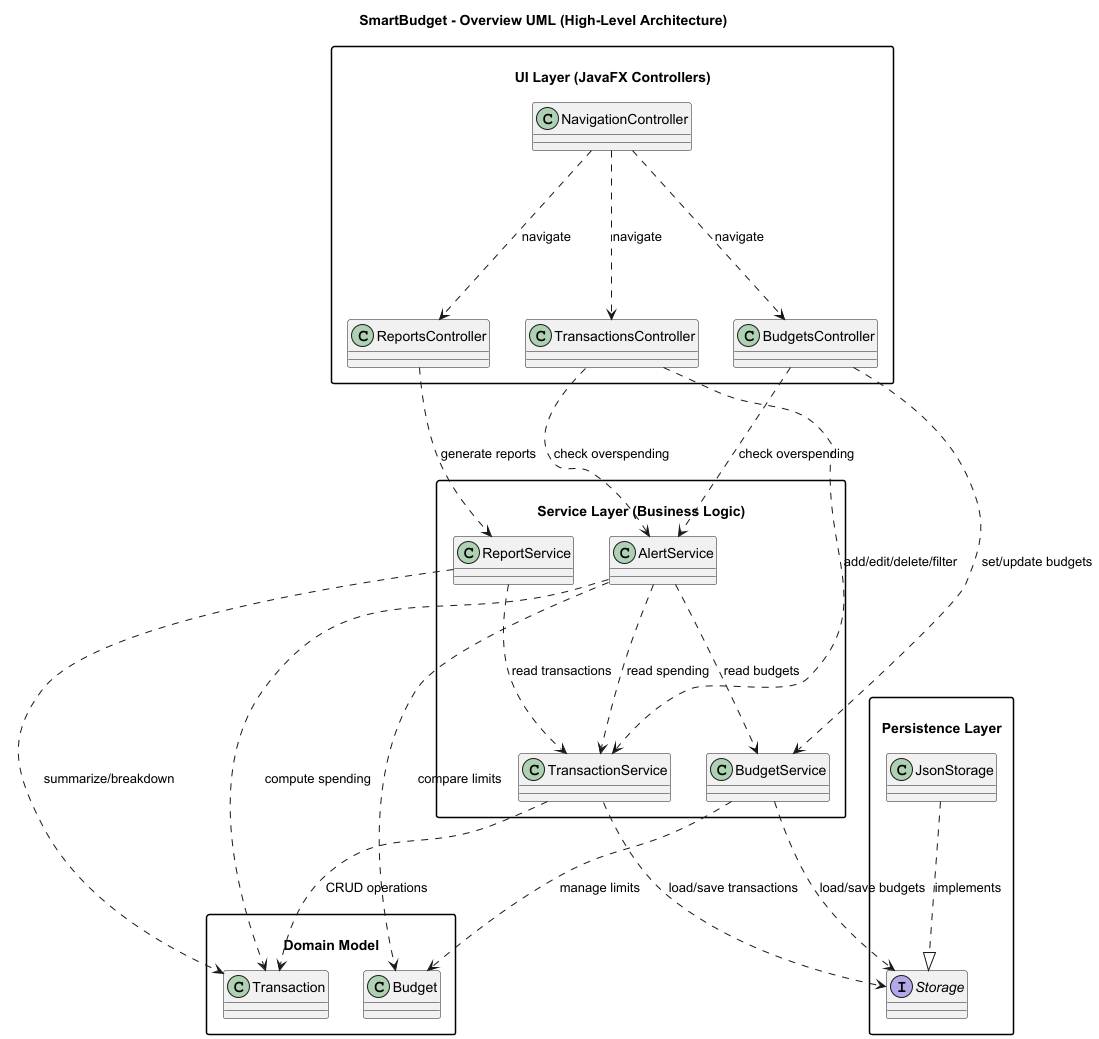
Above: docs/diagrams/class diagrams/high-level class diagram.png in mohsenpasdar/smartbudget (PlantUML), before the change. Its diagram source:
```plantuml
@startuml
title SmartBudget - Overview UML (High-Level Architecture)

skinparam classAttributeIconSize 0
skinparam packageStyle rectangle
skinparam ranksep 150


package "\nUI Layer (JavaFX Controllers)" as UI {
  class TransactionsController
  class BudgetsController
  class ReportsController
  class NavigationController
}

package "\nService Layer (Business Logic)" as SVC {
  class TransactionService
  class BudgetService
  class ReportService
  class AlertService
}

package "\nDomain Model" as DOMAIN {
  class Transaction
  class Budget
}

package "\nPersistence Layer" as PERSIST {
  interface Storage
  class JsonStorage
}


TransactionsController ..> TransactionService : add/edit/delete/filter
TransactionsController ..> AlertService : check overspending

BudgetsController ..> BudgetService : set/update budgets
BudgetsController ..> AlertService : check overspending

ReportsController ..> ReportService : generate reports

NavigationController ..> TransactionsController : navigate
NavigationController ..> BudgetsController : navigate
NavigationController ..> ReportsController : navigate

ReportService ..> TransactionService : read transactions
AlertService ..> TransactionService : read spending
AlertService ..> BudgetService : read budgets

TransactionService ..> Transaction : CRUD operations
BudgetService ..> Budget : manage limits
ReportService ..> Transaction : summarize/breakdown
AlertService ..> Budget : compare limits
AlertService ..> Transaction : compute spending


TransactionService ..> Storage : load/save transactions
BudgetService ..> Storage : load/save budgets

JsonStorage ..|> Storage : implements

@enduml
```
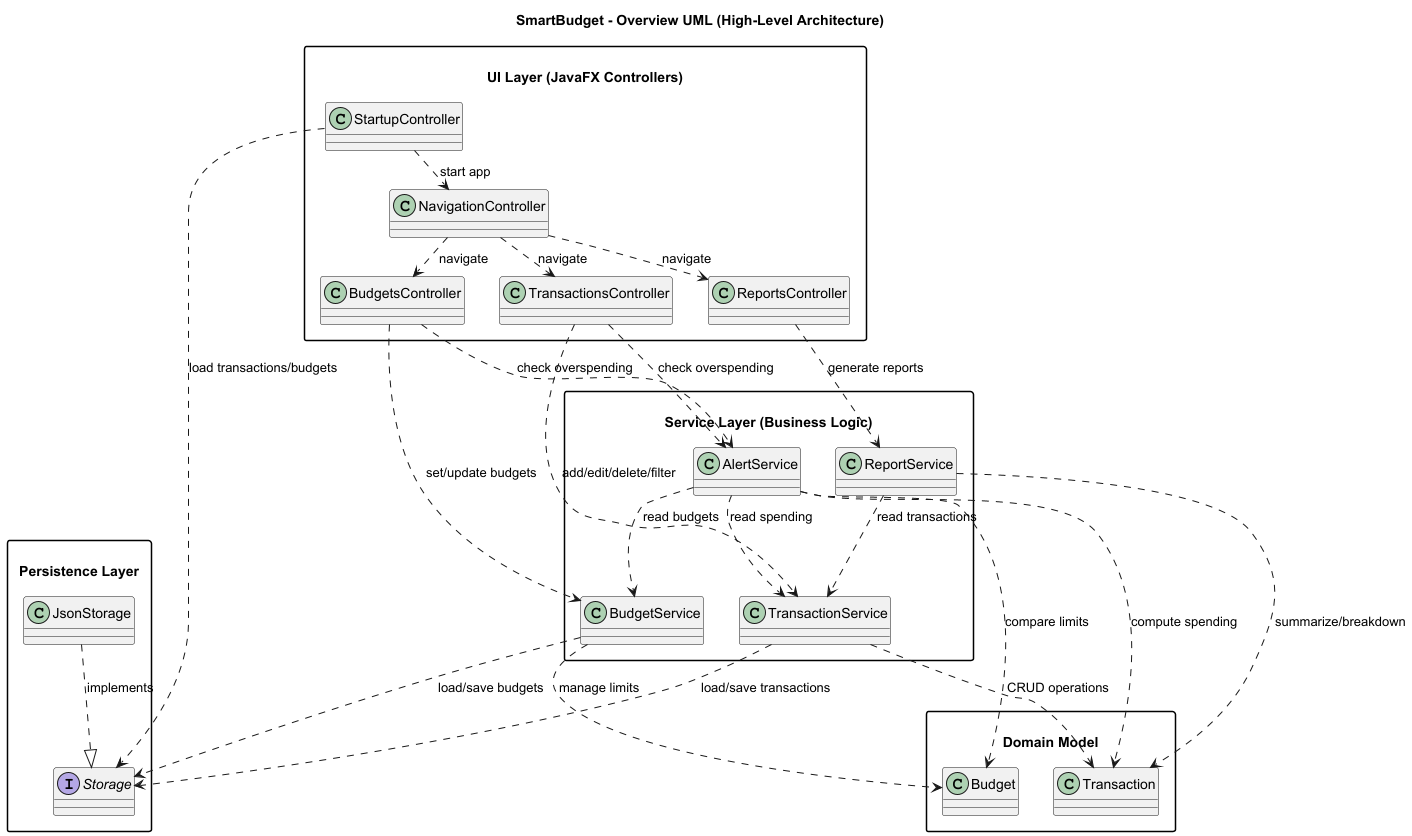
Later version of the same file.

Commit message:
make class diagrams consistent with other diagrams

Diff of the diagram source:
```diff
@@ -3,14 +3,14 @@
 
 skinparam classAttributeIconSize 0
 skinparam packageStyle rectangle
-skinparam ranksep 150
-
+skinparam ranksep 20
 
 package "\nUI Layer (JavaFX Controllers)" as UI {
   class TransactionsController
   class BudgetsController
   class ReportsController
   class NavigationController
+  class StartupController
 }
 
 package "\nService Layer (Business Logic)" as SVC {
@@ -43,6 +43,9 @@
 NavigationController ..> BudgetsController : navigate
 NavigationController ..> ReportsController : navigate
 
+StartupController ..> Storage : load transactions/budgets
+StartupController ..> NavigationController : start app
+
 ReportService ..> TransactionService : read transactions
 AlertService ..> TransactionService : read spending
 AlertService ..> BudgetService : read budgets
```
